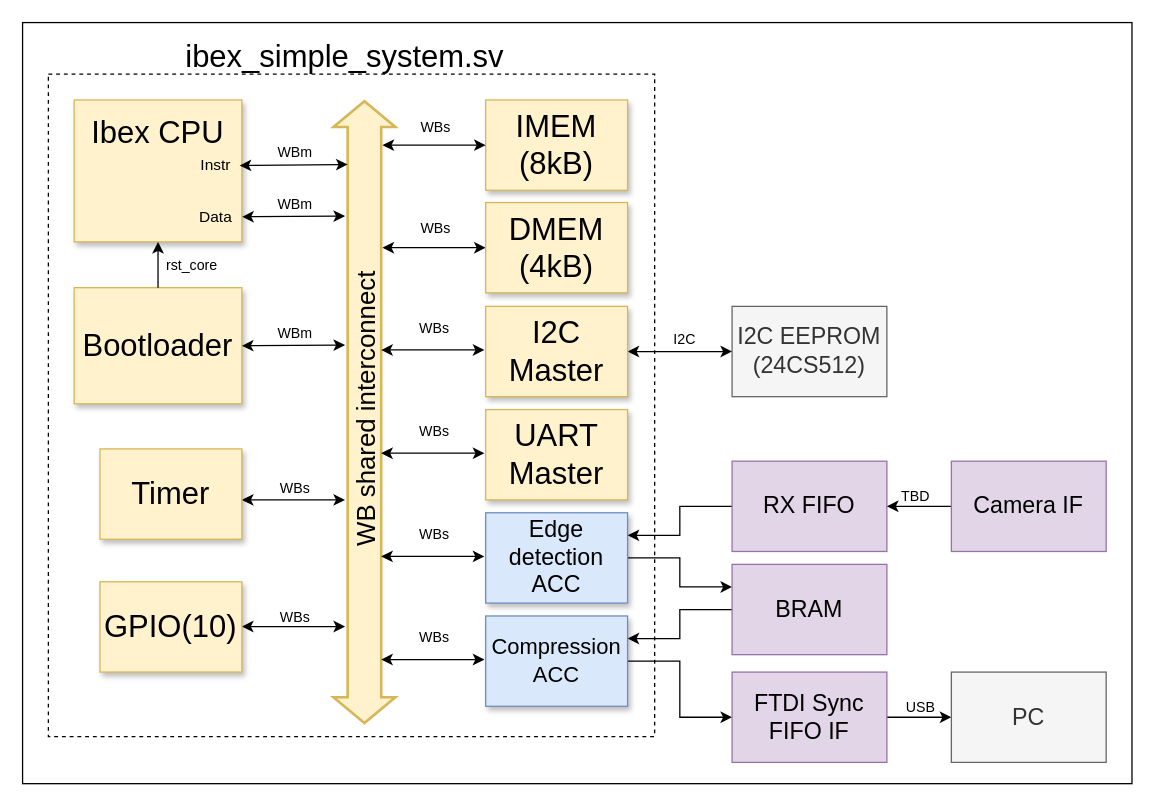
Before: doc/figures/camera_stream_bd.drawio in ktu-proto-lab/MLAB_MCU_edu, a draw.io diagram. Source tidied: cells renumbered, new cells numbered last; positions are measured from the earlier drawing's top-left corner, leaving out a move shared by most shapes. Both pictures are drawn from the tidied source at 129%, with x=0, y=0 at pixel (22, 22).
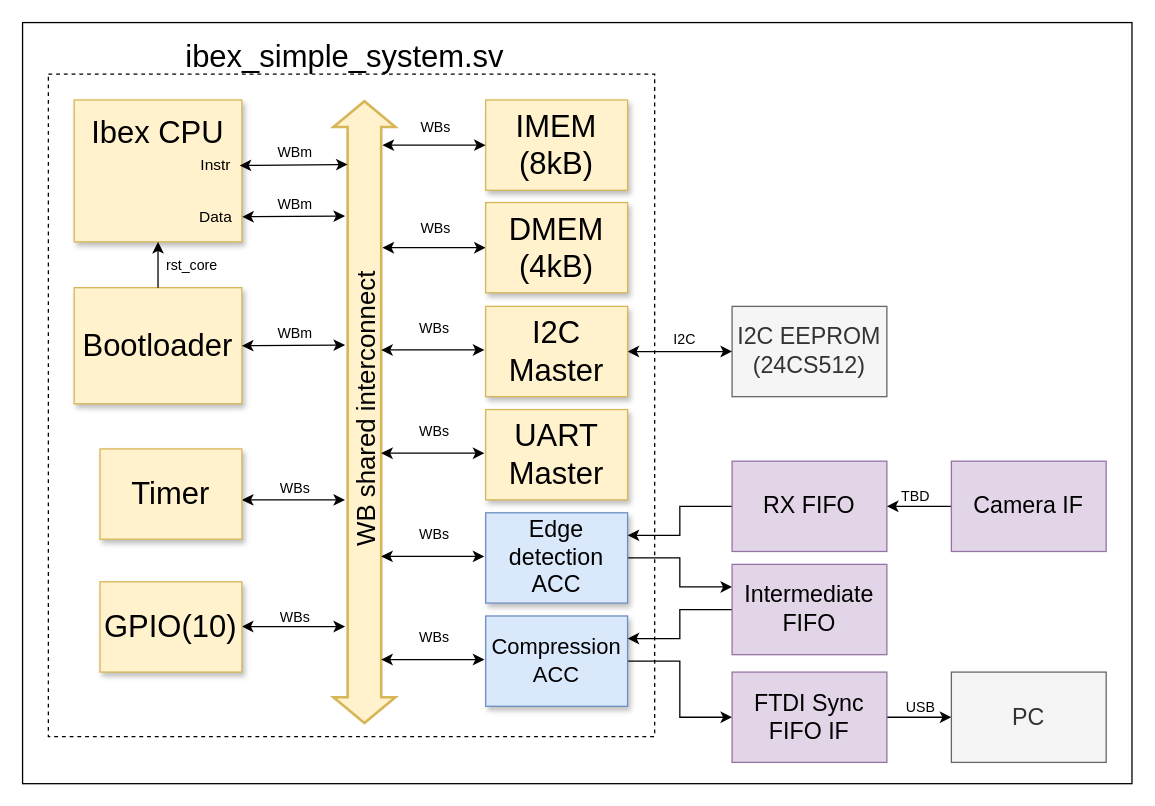
The same page after the edit.

Commit message (it also covers changes not shown here):
updated camera stream scheme from BRAM to FIFO

Diff of the diagram source:
```diff
@@
-    <mxCell id="55" value="&lt;span style=&quot;font-size: 18px;&quot;&gt;BRAM&lt;/span&gt;" style="rounded=0;whiteSpace=wrap;html=1;fillColor=#e1d5e7;strokeColor=#9673a6;" parent="1" vertex="1">
+    <mxCell id="55" value="&lt;span style=&quot;font-size: 18px;&quot;&gt;Intermediate FIFO&lt;/span&gt;" style="rounded=0;whiteSpace=wrap;html=1;fillColor=#e1d5e7;strokeColor=#9673a6;" parent="1" vertex="1">
       <mxGeometry x="550" y="420" width="120" height="70" as="geometry" />
     </mxCell>
```
